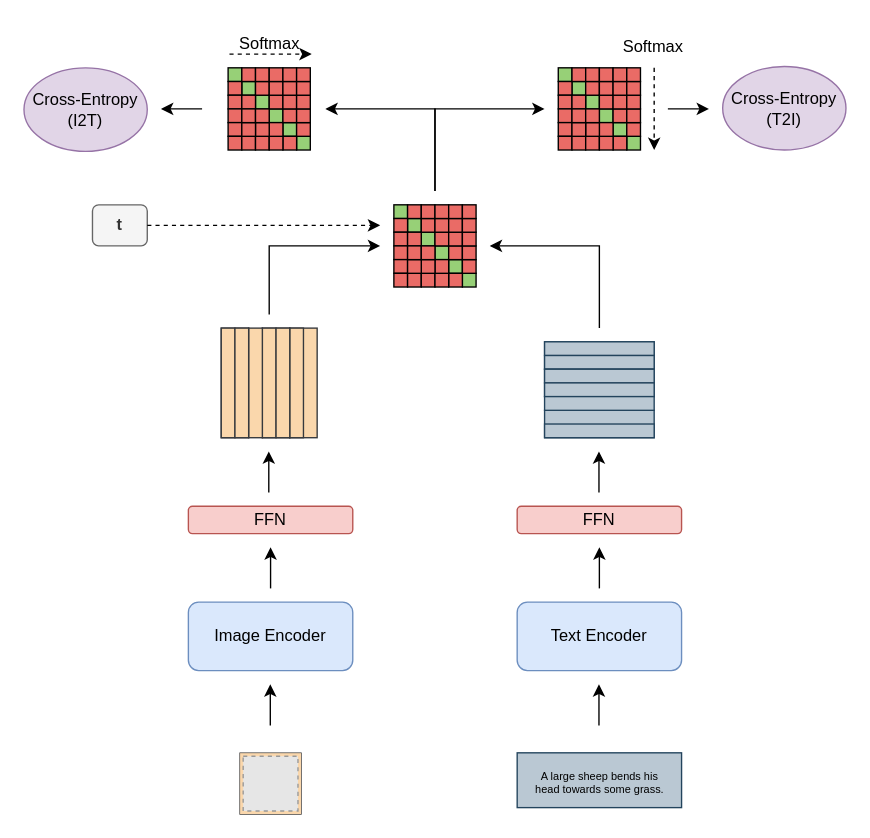
TimCares/MasterThesis keeps this draw.io diagram as docs/thesis/figures/clip.drawio. Above is the earlier version. Source tidied: cells renumbered, new cells numbered last; positions are measured from the earlier drawing's top-left corner, leaving out a move shared by most shapes. Both pictures are drawn from the tidied source at 137%, with x=0, y=0 at pixel (23, 23). Pictures stored in the file or linked from it are replaced by grey dashed boxes.
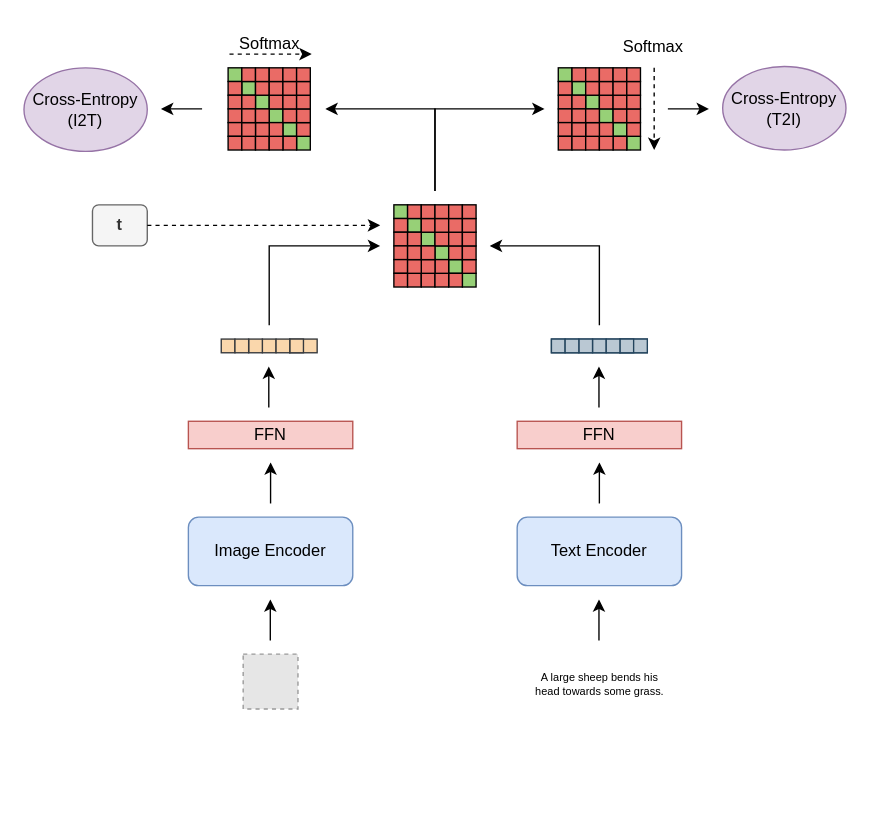
After the change.

Commit message (it also covers changes not shown here):
Refactored clip

Diff of the diagram source:
```diff
@@
     <mxCell id="2" value="Image Encoder" style="rounded=1;whiteSpace=wrap;html=1;fillColor=#dae8fc;strokeColor=#6c8ebf;" parent="1" vertex="1">
-      <mxGeometry x="120" y="422" width="120" height="50" as="geometry" />
+      <mxGeometry x="120" y="360" width="120" height="50" as="geometry" />
     </mxCell>
     <mxCell id="3" value="Text Encoder" style="rounded=1;whiteSpace=wrap;html=1;fillColor=#dae8fc;strokeColor=#6c8ebf;" parent="1" vertex="1">
-      <mxGeometry x="360" y="422" width="120" height="50" as="geometry" />
+      <mxGeometry x="360" y="360" width="120" height="50" as="geometry" />
     </mxCell>
-    <mxCell id="4" value="FFN" style="rounded=1;whiteSpace=wrap;html=1;fillColor=#f8cecc;strokeColor=#b85450;" parent="1" vertex="1">
-      <mxGeometry x="120" y="352" width="120" height="20" as="geometry" />
+    <mxCell id="4" value="FFN" style="rounded=0;whiteSpace=wrap;html=1;fillColor=#f8cecc;strokeColor=#b85450;" parent="1" vertex="1">
+      <mxGeometry x="120" y="290" width="120" height="20" as="geometry" />
     </mxCell>
-    <mxCell id="5" value="FFN" style="rounded=1;whiteSpace=wrap;html=1;fillColor=#f8cecc;strokeColor=#b85450;" parent="1" vertex="1">
-      <mxGeometry x="360" y="352" width="120" height="20" as="geometry" />
+    <mxCell id="5" value="FFN" style="rounded=0;whiteSpace=wrap;html=1;fillColor=#f8cecc;strokeColor=#b85450;" parent="1" vertex="1">
+      <mxGeometry x="360" y="290" width="120" height="20" as="geometry" />
     </mxCell>
@@
-    <mxCell id="7" style="group;rotation=90;" parent="1" vertex="1">
-      <mxGeometry x="385" y="227" width="70" height="80" as="geometry" />
-    </mxCell>
-    <mxCell id="8" style="group;fillColor=#bac8d3;strokeColor=#23445d;rotation=90;" parent="7" vertex="1">
-      <mxGeometry x="25" y="-25" width="20" height="80" as="geometry" />
-    </mxCell>
-    <mxCell id="9" style="rounded=0;whiteSpace=wrap;html=1;fillColor=#bac8d3;strokeColor=#23445d;rotation=90;" parent="8" vertex="1">
-      <mxGeometry x="5" y="-5" width="10" height="80" as="geometry" />
-    </mxCell>
-    <mxCell id="10" style="rounded=0;whiteSpace=wrap;html=1;fillColor=#bac8d3;strokeColor=#23445d;rotation=90;" parent="8" vertex="1">
-      <mxGeometry x="5" y="5" width="10" height="80" as="geometry" />
-    </mxCell>
-    <mxCell id="11" style="group;fillColor=#bac8d3;strokeColor=#23445d;rotation=90;" parent="7" vertex="1">
-      <mxGeometry x="25" y="-5" width="20" height="80" as="geometry" />
-    </mxCell>
-    <mxCell id="12" style="rounded=0;whiteSpace=wrap;html=1;fillColor=#bac8d3;strokeColor=#23445d;rotation=90;" parent="11" vertex="1">
-      <mxGeometry x="5" y="-5" width="10" height="80" as="geometry" />
-    </mxCell>
-    <mxCell id="13" style="rounded=0;whiteSpace=wrap;html=1;fillColor=#bac8d3;strokeColor=#23445d;rotation=90;" parent="11" vertex="1">
-      <mxGeometry x="5" y="5" width="10" height="80" as="geometry" />
-    </mxCell>
-    <mxCell id="14" style="group;fillColor=#bac8d3;strokeColor=#23445d;rotation=90;" parent="7" vertex="1">
-      <mxGeometry x="25" y="25" width="20" height="80" as="geometry" />
-    </mxCell>
-    <mxCell id="15" style="rounded=0;whiteSpace=wrap;html=1;fillColor=#bac8d3;strokeColor=#23445d;rotation=90;" parent="14" vertex="1">
-      <mxGeometry x="5" y="5" width="10" height="80" as="geometry" />
-    </mxCell>
-    <mxCell id="16" style="rounded=0;whiteSpace=wrap;html=1;fillColor=#bac8d3;strokeColor=#23445d;rotation=90;" parent="7" vertex="1">
-      <mxGeometry x="30" y="10" width="10" height="80" as="geometry" />
-    </mxCell>
     <mxCell id="17" style="group;" parent="1" vertex="1">
-      <mxGeometry x="144" y="222" width="70" height="80" as="geometry" />
+      <mxGeometry x="144" y="160" width="70" height="80" as="geometry" />
     </mxCell>
     <mxCell id="18" style="group;fillColor=#FAD7AC;strokeColor=#36393d;" parent="17" vertex="1">
-      <mxGeometry x="50" width="20" height="80" as="geometry" />
+      <mxGeometry x="50" y="70" width="20" height="10" as="geometry" />
     </mxCell>
-    <mxCell id="19" style="group;fillColor=#FAD7AC;strokeColor=#36393d;" parent="17" vertex="1">
-      <mxGeometry x="30" width="20" height="80" as="geometry" />
-    </mxCell>
-    <mxCell id="20" style="group;fillColor=#FAD7AC;strokeColor=#36393d;" parent="17" vertex="1">
-      <mxGeometry width="20" height="80" as="geometry" />
-    </mxCell>
     <mxCell id="21" style="rounded=0;whiteSpace=wrap;html=1;fillColor=#FAD7AC;strokeColor=#36393d;" parent="17" vertex="1">
-      <mxGeometry x="50" width="10" height="80" as="geometry" />
+      <mxGeometry x="50" y="70" width="10" height="10" as="geometry" />
     </mxCell>
     <mxCell id="22" style="rounded=0;whiteSpace=wrap;html=1;fillColor=#FAD7AC;strokeColor=#36393d;" parent="17" vertex="1">
-      <mxGeometry x="30" width="10" height="80" as="geometry" />
+      <mxGeometry x="30" y="70" width="10" height="10" as="geometry" />
     </mxCell>
     <mxCell id="23" style="rounded=0;whiteSpace=wrap;html=1;fillColor=#FAD7AC;strokeColor=#36393d;" parent="17" vertex="1">
-      <mxGeometry x="40" width="10" height="80" as="geometry" />
+      <mxGeometry x="40" y="70" width="10" height="10" as="geometry" />
     </mxCell>
     <mxCell id="24" style="rounded=0;whiteSpace=wrap;html=1;fillColor=#FAD7AC;strokeColor=#36393d;" parent="17" vertex="1">
-      <mxGeometry x="20" width="10" height="80" as="geometry" />
+      <mxGeometry x="20" y="70" width="10" height="10" as="geometry" />
     </mxCell>
     <mxCell id="25" style="rounded=0;whiteSpace=wrap;html=1;fillColor=#FAD7AC;strokeColor=#36393d;" parent="17" vertex="1">
-      <mxGeometry width="10" height="80" as="geometry" />
+      <mxGeometry y="70" width="10" height="10" as="geometry" />
     </mxCell>
     <mxCell id="26" style="rounded=0;whiteSpace=wrap;html=1;fillColor=#FAD7AC;strokeColor=#36393d;" parent="17" vertex="1">
-      <mxGeometry x="10" width="10" height="80" as="geometry" />
+      <mxGeometry x="10" y="70" width="10" height="10" as="geometry" />
     </mxCell>
     <mxCell id="27" style="endArrow=classic;html=1;rounded=0;" parent="1" edge="1">
       <mxGeometry relative="1" as="geometry">
-        <mxPoint x="179" y="212" as="sourcePoint" />
+        <mxPoint x="179" y="220" as="sourcePoint" />
         <mxPoint x="260" y="162" as="targetPoint" />
         <Array as="points">
           <mxPoint x="179" y="162" />
         </Array>
       </mxGeometry>
     </mxCell>
     <mxCell id="28" style="endArrow=classic;html=1;rounded=0;" parent="1" edge="1">
       <mxGeometry relative="1" as="geometry">
-        <mxPoint x="420" y="222" as="sourcePoint" />
+        <mxPoint x="420" y="220" as="sourcePoint" />
         <mxPoint x="340" y="162" as="targetPoint" />
         <Array as="points">
           <mxPoint x="420" y="162" />
         </Array>
       </mxGeometry>
     </mxCell>
@@
     <mxCell id="147" style="endArrow=classic;html=1;rounded=0;" parent="1" edge="1">
       <mxGeometry relative="1" as="geometry">
-        <mxPoint x="180" y="412" as="sourcePoint" />
-        <mxPoint x="180" y="382" as="targetPoint" />
+        <mxPoint x="180" y="350" as="sourcePoint" />
+        <mxPoint x="180" y="320" as="targetPoint" />
         <Array as="points">
-          <mxPoint x="180" y="392" />
+          <mxPoint x="180" y="330" />
         </Array>
       </mxGeometry>
     </mxCell>
     <mxCell id="148" style="endArrow=classic;html=1;rounded=0;" parent="1" edge="1">
       <mxGeometry relative="1" as="geometry">
-        <mxPoint x="420" y="412" as="sourcePoint" />
-        <mxPoint x="420" y="382" as="targetPoint" />
+        <mxPoint x="420" y="350" as="sourcePoint" />
+        <mxPoint x="420" y="320" as="targetPoint" />
       </mxGeometry>
     </mxCell>
     <mxCell id="149" style="endArrow=classic;html=1;rounded=0;" parent="1" edge="1">
       <mxGeometry relative="1" as="geometry">
-        <mxPoint x="419.7" y="342" as="sourcePoint" />
-        <mxPoint x="419.7" y="312" as="targetPoint" />
+        <mxPoint x="419.7" y="280" as="sourcePoint" />
+        <mxPoint x="419.7" y="250" as="targetPoint" />
       </mxGeometry>
     </mxCell>
     <mxCell id="150" style="endArrow=classic;html=1;rounded=0;" parent="1" edge="1">
       <mxGeometry relative="1" as="geometry">
-        <mxPoint x="178.7" y="342" as="sourcePoint" />
-        <mxPoint x="178.7" y="312" as="targetPoint" />
+        <mxPoint x="178.7" y="280" as="sourcePoint" />
+        <mxPoint x="178.7" y="250" as="targetPoint" />
       </mxGeometry>
     </mxCell>
     <mxCell id="151" style="endArrow=classic;html=1;rounded=0;" parent="1" edge="1">
       <mxGeometry relative="1" as="geometry">
-        <mxPoint x="179.8" y="512" as="sourcePoint" />
-        <mxPoint x="179.8" y="482" as="targetPoint" />
+        <mxPoint x="179.8" y="450" as="sourcePoint" />
+        <mxPoint x="179.8" y="420" as="targetPoint" />
       </mxGeometry>
     </mxCell>
     <mxCell id="152" style="endArrow=classic;html=1;rounded=0;" parent="1" edge="1">
       <mxGeometry relative="1" as="geometry">
-        <mxPoint x="419.7" y="512" as="sourcePoint" />
-        <mxPoint x="419.7" y="482" as="targetPoint" />
+        <mxPoint x="419.7" y="450" as="sourcePoint" />
+        <mxPoint x="419.7" y="420" as="targetPoint" />
       </mxGeometry>
     </mxCell>
@@
-    <mxCell id="157" value="&lt;font style=&quot;font-size: 8px;&quot;&gt;A large sheep bends his&lt;/font&gt;&lt;div style=&quot;font-size: 8px;&quot;&gt;&lt;div&gt;&lt;font style=&quot;font-size: 8px;&quot;&gt;head towards some grass.&lt;/font&gt;&lt;/div&gt;&lt;/div&gt;" style="text;html=1;align=center;verticalAlign=middle;strokeColor=#23445d;fillColor=#bac8d3;" parent="1" vertex="1">
-      <mxGeometry x="360" y="532" width="120" height="40" as="geometry" />
+    <mxCell id="157" value="&lt;font style=&quot;font-size: 8px;&quot;&gt;A large sheep bends his&lt;/font&gt;&lt;div style=&quot;font-size: 8px;&quot;&gt;&lt;div&gt;&lt;font style=&quot;font-size: 8px;&quot;&gt;head towards some grass.&lt;/font&gt;&lt;/div&gt;&lt;/div&gt;" style="text;html=1;align=center;verticalAlign=middle;strokeColor=none;fillColor=none;" parent="1" vertex="1">
+      <mxGeometry x="360" y="460" width="120" height="40" as="geometry" />
     </mxCell>
-    <mxCell id="158" style="group;" parent="1" vertex="1">
-      <mxGeometry x="157.5" y="532" width="45" height="45" as="geometry" />
-    </mxCell>
-    <mxCell id="159" style="group;fillColor=#FAD7AC;strokeColor=#36393d;strokeWidth=0.5;" parent="158" vertex="1">
-      <mxGeometry width="45" height="45" as="geometry" />
-    </mxCell>
-    <mxCell id="160" style="fillColor=#E6E6E6;strokeColor=#999999;dashed=1;verticalLabelPosition=bottom;labelBackgroundColor=default;verticalAlign=top;" parent="158" vertex="1">
-      <mxGeometry x="2.5" y="2.5" width="40" height="40" as="geometry" />
+    <mxCell id="160" style="fillColor=#E6E6E6;strokeColor=#999999;dashed=1;verticalLabelPosition=bottom;labelBackgroundColor=default;verticalAlign=top;" parent="1" vertex="1">
+      <mxGeometry x="160" y="460" width="40" height="40" as="geometry" />
     </mxCell>
+    <mxCell id="161" style="group;fillColor=#bac8d3;strokeColor=#23445d;" parent="1" vertex="1">
+      <mxGeometry x="385" y="230" width="70" height="10" as="geometry" />
+    </mxCell>
+    <mxCell id="162" style="group;fillColor=#bac8d3;strokeColor=#23445d;" parent="161" vertex="1">
+      <mxGeometry x="50" width="20" height="10" as="geometry" />
+    </mxCell>
+    <mxCell id="163" style="rounded=0;whiteSpace=wrap;html=1;fillColor=#bac8d3;strokeColor=#23445d;" parent="161" vertex="1">
+      <mxGeometry x="50" width="10" height="10" as="geometry" />
+    </mxCell>
+    <mxCell id="164" style="rounded=0;whiteSpace=wrap;html=1;fillColor=#bac8d3;strokeColor=#23445d;" parent="161" vertex="1">
+      <mxGeometry x="30" width="10" height="10" as="geometry" />
+    </mxCell>
+    <mxCell id="165" style="rounded=0;whiteSpace=wrap;html=1;fillColor=#bac8d3;strokeColor=#23445d;" parent="161" vertex="1">
+      <mxGeometry x="40" width="10" height="10" as="geometry" />
+    </mxCell>
+    <mxCell id="166" style="rounded=0;whiteSpace=wrap;html=1;fillColor=#bac8d3;strokeColor=#23445d;" parent="161" vertex="1">
+      <mxGeometry x="20" width="10" height="10" as="geometry" />
+    </mxCell>
+    <mxCell id="167" style="rounded=0;whiteSpace=wrap;html=1;fillColor=#bac8d3;strokeColor=#23445d;" parent="161" vertex="1">
+      <mxGeometry width="10" height="10" as="geometry" />
+    </mxCell>
+    <mxCell id="168" style="rounded=0;whiteSpace=wrap;html=1;fillColor=#bac8d3;strokeColor=#23445d;" parent="161" vertex="1">
+      <mxGeometry x="10" width="10" height="10" as="geometry" />
+    </mxCell>
```
